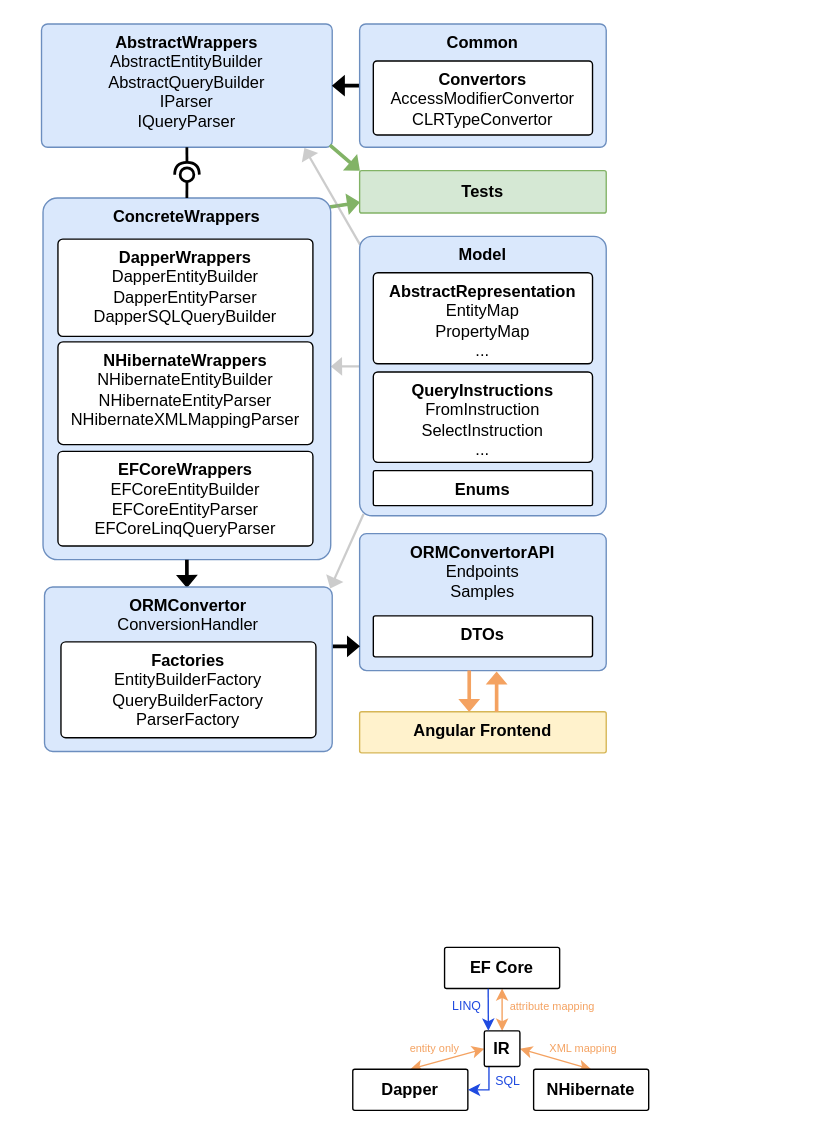
This is page "architecture" (7 of 8) of diagrams/thesis_diagrams.drawio from milan252525/orm-convertor, a draw.io file, before an edit. Source tidied: cells renumbered, new cells numbered last; positions are measured from the earlier drawing's top-left corner, leaving out a move shared by most shapes. Both pictures are drawn from the tidied source at 137%, with x=0, y=0 at pixel (23, 23).
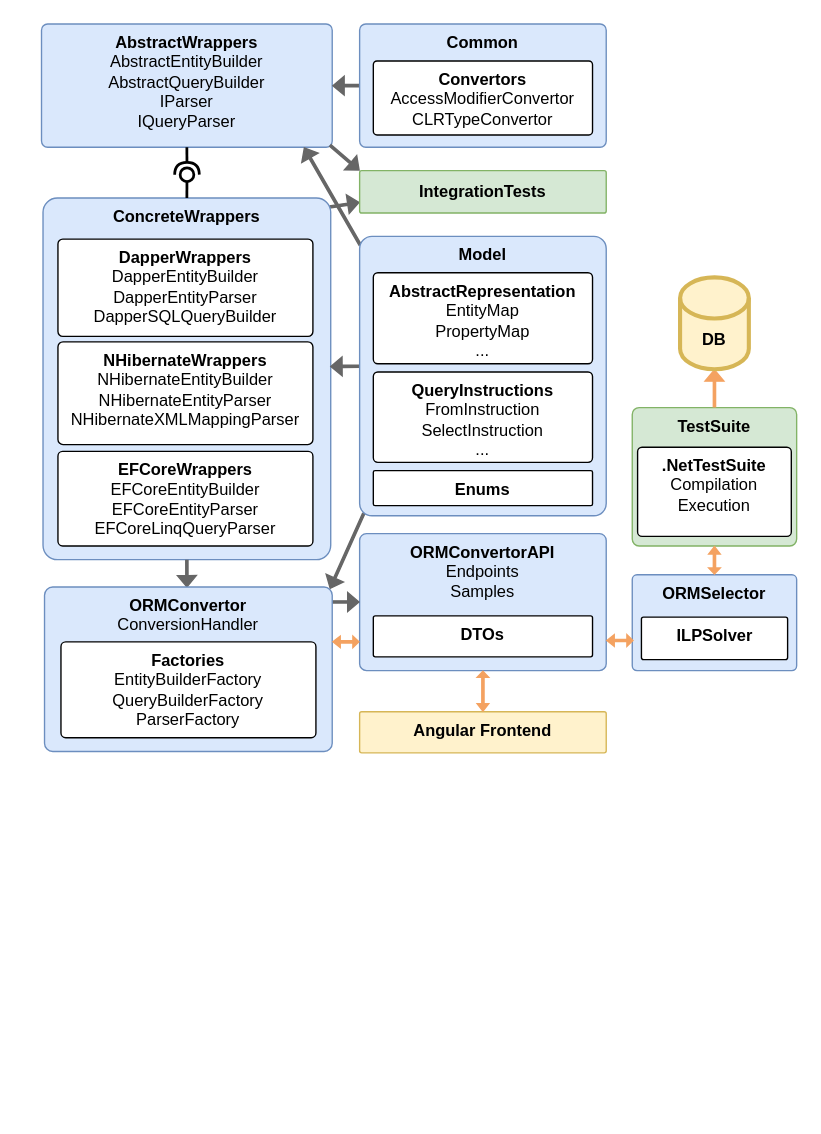
The same page after the edit.

Commit message (it also covers changes not shown here):
Architecture and advisor diagrams

The change refers to these unchanged cells:
```xml
<mxCell id="3" value="&lt;b&gt;Abs&lt;/b&gt;&lt;b style=&quot;background-color: transparent; color: light-dark(rgb(0, 0, 0), rgb(255, 255, 255));&quot;&gt;tractWrappers&lt;/b&gt;&lt;div&gt;&lt;span style=&quot;background-color: transparent; color: light-dark(rgb(0, 0, 0), rgb(255, 255, 255));&quot;&gt;AbstractEntityBuilder&lt;/span&gt;&lt;/div&gt;&lt;div&gt;&lt;span style=&quot;background-color: transparent; color: light-dark(rgb(0, 0, 0), rgb(255, 255, 255));&quot;&gt;AbstractQueryBuilder&lt;/span&gt;&lt;/div&gt;&lt;div&gt;&lt;span style=&quot;background-color: transparent; color: light-dark(rgb(0, 0, 0), rgb(255, 255, 255));&quot;&gt;IParser&lt;/span&gt;&lt;/div&gt;&lt;div&gt;IQueryParser&lt;/div&gt;" style="rounded=1;whiteSpace=wrap;html=1;fillColor=#dae8fc;strokeColor=#6c8ebf;arcSize=5;verticalAlign=top;" parent="1" vertex="1">
  <mxGeometry x="12.8" width="212.2" height="90" as="geometry" />
</mxCell>
<mxCell id="4" value="&lt;b style=&quot;background-color: transparent; color: light-dark(rgb(0, 0, 0), rgb(255, 255, 255));&quot;&gt;ConcreteWrappers&lt;/b&gt;" style="rounded=1;whiteSpace=wrap;html=1;fillColor=#dae8fc;strokeColor=#6c8ebf;arcSize=5;verticalAlign=top;" parent="1" vertex="1">
  <mxGeometry x="13.9" y="127" width="210" height="264" as="geometry" />
</mxCell>
<mxCell id="11" value="&lt;b style=&quot;background-color: transparent; color: light-dark(rgb(0, 0, 0), rgb(255, 255, 255));&quot;&gt;ORMConvertorAPI&lt;/b&gt;&lt;div&gt;&lt;span style=&quot;background-color: transparent; color: light-dark(rgb(0, 0, 0), rgb(255, 255, 255));&quot;&gt;Endpoints&lt;/span&gt;&lt;/div&gt;&lt;div&gt;Samples&lt;/div&gt;" style="rounded=1;whiteSpace=wrap;html=1;fillColor=#dae8fc;strokeColor=#6c8ebf;arcSize=5;verticalAlign=top;" parent="1" vertex="1">
  <mxGeometry x="245" y="372" width="180" height="100" as="geometry" />
</mxCell>
<mxCell id="12" value="&lt;b&gt;Angular Frontend&lt;/b&gt;" style="rounded=1;whiteSpace=wrap;html=1;fillColor=#fff2cc;strokeColor=#d6b656;arcSize=5;verticalAlign=top;" parent="1" vertex="1">
  <mxGeometry x="245" y="502" width="180" height="30" as="geometry" />
</mxCell>
<mxCell id="23" value="&lt;b&gt;Model&lt;/b&gt;" style="rounded=1;whiteSpace=wrap;html=1;fillColor=#dae8fc;strokeColor=#6c8ebf;arcSize=5;verticalAlign=top;" parent="22" vertex="1">
  <mxGeometry width="180" height="204" as="geometry" />
</mxCell>
<mxCell id="28" value="&lt;b style=&quot;background-color: transparent; color: light-dark(rgb(0, 0, 0), rgb(255, 255, 255));&quot;&gt;ORMConvertor&lt;/b&gt;&lt;div&gt;&lt;span style=&quot;background-color: transparent; color: light-dark(rgb(0, 0, 0), rgb(255, 255, 255));&quot;&gt;ConversionHandler&lt;/span&gt;&lt;/div&gt;" style="rounded=1;whiteSpace=wrap;html=1;fillColor=#dae8fc;strokeColor=#6c8ebf;arcSize=5;verticalAlign=top;" parent="27" vertex="1">
  <mxGeometry width="210" height="120" as="geometry" />
</mxCell>
<mxCell id="30" value="&lt;b&gt;Common&lt;/b&gt;" style="rounded=1;whiteSpace=wrap;html=1;fillColor=#dae8fc;strokeColor=#6c8ebf;arcSize=5;verticalAlign=top;" parent="1" vertex="1">
  <mxGeometry x="245" width="180" height="90" as="geometry" />
</mxCell>
```

What changed in the source:
```diff
@@
-    <mxCell id="2" style="endArrow=classic;html=1;rounded=0;shape=flexArrow;fillColor=#82B366;strokeWidth=1;endWidth=11.111111111111112;endSize=2.4066666666666667;width=1.6666666666666667;exitX=0.996;exitY=0.025;exitDx=0;exitDy=0;exitPerimeter=0;align=center;verticalAlign=middle;fontFamily=Helvetica;fontSize=11;fontColor=default;labelBackgroundColor=default;strokeColor=#82B366;entryX=0;entryY=0.75;entryDx=0;entryDy=0;" parent="1" edge="1" source="4" target="32">
+    <mxCell id="2" style="endArrow=classic;html=1;rounded=0;shape=flexArrow;fillColor=#666666;strokeWidth=1;endWidth=11.111111111111112;endSize=2.4066666666666667;width=1.6666666666666667;exitX=0.996;exitY=0.025;exitDx=0;exitDy=0;exitPerimeter=0;align=center;verticalAlign=middle;fontFamily=Helvetica;fontSize=11;fontColor=default;labelBackgroundColor=default;strokeColor=#666666;entryX=0;entryY=0.75;entryDx=0;entryDy=0;" parent="1" edge="1" source="4" target="32">
       <mxGeometry relative="1" as="geometry" />
     </mxCell>
@@
-    <mxCell id="13" style="endArrow=classic;html=1;rounded=0;shape=flexArrow;fillColor=#000000;strokeWidth=1;endWidth=11.111111111111112;endSize=2.4066666666666667;width=1.6666666666666667;exitX=0.5;exitY=1;exitDx=0;exitDy=0;entryX=0.495;entryY=0.003;entryDx=0;entryDy=0;entryPerimeter=0;" parent="1" edge="1" source="4" target="28">
+    <mxCell id="13" style="endArrow=classic;html=1;rounded=0;shape=flexArrow;fillColor=#666666;strokeWidth=1;endWidth=11.111111111111112;endSize=2.4066666666666667;width=1.6666666666666667;exitX=0.5;exitY=1;exitDx=0;exitDy=0;entryX=0.495;entryY=0.003;entryDx=0;entryDy=0;entryPerimeter=0;strokeColor=#666666;" parent="1" edge="1" source="4" target="28">
       <mxGeometry relative="1" as="geometry" />
     </mxCell>
-    <mxCell id="14" style="endArrow=classic;html=1;rounded=0;shape=flexArrow;fillColor=#000000;strokeWidth=1;endWidth=11.111111111111112;endSize=2.4066666666666667;width=1.6666666666666667;exitX=1;exitY=0.361;exitDx=0;exitDy=0;exitPerimeter=0;entryX=0;entryY=0.823;entryDx=0;entryDy=0;entryPerimeter=0;" parent="1" edge="1" source="28" target="11">
-      <mxGeometry relative="1" as="geometry" />
+    <mxCell id="14" style="endArrow=classic;html=1;rounded=0;shape=flexArrow;fillColor=#666666;strokeWidth=1;endWidth=11.111111111111112;endSize=2.4066666666666667;width=1.6666666666666667;exitX=1;exitY=0.361;exitDx=0;exitDy=0;exitPerimeter=0;entryX=0;entryY=0.823;entryDx=0;entryDy=0;entryPerimeter=0;strokeColor=#666666;" parent="1" edge="1">
+      <mxGeometry relative="1" as="geometry">
+        <mxPoint x="225" y="421.9" as="sourcePoint" />
+        <mxPoint x="245" y="421.9" as="targetPoint" />
+      </mxGeometry>
     </mxCell>
-    <mxCell id="15" style="endArrow=classic;html=1;rounded=0;shape=flexArrow;fillColor=#F4A261;strokeWidth=1;endWidth=11.111111111111112;endSize=2.4066666666666667;width=1.6666666666666667;exitX=0.5;exitY=1;exitDx=0;exitDy=0;entryX=0.5;entryY=0;entryDx=0;entryDy=0;strokeColor=#F4A261;" parent="1" edge="1">
-      <mxGeometry relative="1" as="geometry">
-        <mxPoint x="325" y="472" as="sourcePoint" />
-        <mxPoint x="325" y="502" as="targetPoint" />
-      </mxGeometry>
-    </mxCell>
-    <mxCell id="16" style="endArrow=classic;html=1;rounded=0;shape=flexArrow;fillColor=#000000;strokeWidth=1;endWidth=11.111111111111112;endSize=2.4066666666666667;width=1.6666666666666667;exitX=0;exitY=0.5;exitDx=0;exitDy=0;entryX=1;entryY=0.5;entryDx=0;entryDy=0;" parent="1" edge="1" source="30" target="3">
+    <mxCell id="16" style="endArrow=classic;html=1;rounded=0;shape=flexArrow;fillColor=#666666;strokeWidth=1;endWidth=11.111111111111112;endSize=2.4066666666666667;width=1.6666666666666667;exitX=0;exitY=0.5;exitDx=0;exitDy=0;entryX=1;entryY=0.5;entryDx=0;entryDy=0;strokeColor=#666666;align=center;verticalAlign=middle;fontFamily=Helvetica;fontSize=11;fontColor=default;labelBackgroundColor=default;" parent="1" edge="1" source="30" target="3">
       <mxGeometry relative="1" as="geometry" />
     </mxCell>
-    <mxCell id="17" style="endArrow=classic;html=1;rounded=0;shape=flexArrow;fillColor=#999999;strokeWidth=1;endWidth=11.111111111111112;endSize=2.4066666666666667;width=1.6666666666666667;exitX=0.004;exitY=0.465;exitDx=0;exitDy=0;exitPerimeter=0;opacity=50;align=center;verticalAlign=middle;fontFamily=Helvetica;fontSize=11;fontColor=default;labelBackgroundColor=default;strokeColor=none;entryX=0.998;entryY=0.466;entryDx=0;entryDy=0;entryPerimeter=0;" parent="1" edge="1" source="23" target="4">
+    <mxCell id="17" style="endArrow=classic;html=1;rounded=0;shape=flexArrow;fillColor=#666666;strokeWidth=1;endWidth=11.111111111111112;endSize=2.4066666666666667;width=1.6666666666666667;exitX=0.004;exitY=0.465;exitDx=0;exitDy=0;exitPerimeter=0;align=center;verticalAlign=middle;fontFamily=Helvetica;fontSize=11;fontColor=default;labelBackgroundColor=default;strokeColor=#666666;entryX=0.998;entryY=0.466;entryDx=0;entryDy=0;entryPerimeter=0;" parent="1" edge="1" source="23" target="4">
       <mxGeometry relative="1" as="geometry" />
     </mxCell>
-    <mxCell id="18" style="endArrow=classic;html=1;rounded=0;shape=flexArrow;fillColor=#999999;strokeWidth=1;endWidth=11.111111111111112;endSize=2.4066666666666667;width=1.6666666666666667;exitX=0.003;exitY=0.032;exitDx=0;exitDy=0;entryX=0.903;entryY=1.001;entryDx=0;entryDy=0;entryPerimeter=0;exitPerimeter=0;opacity=50;align=center;verticalAlign=middle;fontFamily=Helvetica;fontSize=11;fontColor=default;labelBackgroundColor=default;strokeColor=none;" parent="1" edge="1" source="23" target="3">
+    <mxCell id="18" style="endArrow=classic;html=1;rounded=0;shape=flexArrow;fillColor=#666666;strokeWidth=1;endWidth=11.111111111111112;endSize=2.4066666666666667;width=1.6666666666666667;exitX=0.003;exitY=0.032;exitDx=0;exitDy=0;entryX=0.903;entryY=1.001;entryDx=0;entryDy=0;entryPerimeter=0;exitPerimeter=0;align=center;verticalAlign=middle;fontFamily=Helvetica;fontSize=11;fontColor=default;labelBackgroundColor=default;strokeColor=#666666;" parent="1" edge="1" source="23" target="3">
       <mxGeometry relative="1" as="geometry" />
     </mxCell>
-    <mxCell id="19" style="endArrow=classic;html=1;rounded=0;shape=flexArrow;fillColor=#F4A261;strokeWidth=1;endWidth=11.111111111111112;endSize=2.4066666666666667;width=1.6666666666666667;exitX=0.472;exitY=0.003;exitDx=0;exitDy=0;strokeColor=#F4A261;exitPerimeter=0;" parent="1" edge="1">
-      <mxGeometry relative="1" as="geometry">
-        <mxPoint x="345" y="502" as="sourcePoint" />
-        <mxPoint x="345" y="472.9" as="targetPoint" />
-      </mxGeometry>
-    </mxCell>
-    <mxCell id="20" style="endArrow=classic;html=1;rounded=0;shape=flexArrow;fillColor=#999999;strokeWidth=1;endWidth=11.111111111111112;endSize=2.4066666666666667;width=1.6666666666666667;exitX=0.017;exitY=0.991;exitDx=0;exitDy=0;entryX=0.992;entryY=0.012;entryDx=0;entryDy=0;exitPerimeter=0;entryPerimeter=0;strokeColor=none;opacity=50;" parent="1" edge="1" source="23" target="28">
+    <mxCell id="20" style="endArrow=classic;html=1;rounded=0;shape=flexArrow;fillColor=#666666;strokeWidth=1;endWidth=11.111111111111112;endSize=2.4066666666666667;width=1.6666666666666667;exitX=0.017;exitY=0.991;exitDx=0;exitDy=0;entryX=0.992;entryY=0.012;entryDx=0;entryDy=0;exitPerimeter=0;entryPerimeter=0;strokeColor=#666666;align=center;verticalAlign=middle;fontFamily=Helvetica;fontSize=11;fontColor=default;labelBackgroundColor=default;" parent="1" edge="1" source="23" target="28">
       <mxGeometry relative="1" as="geometry" />
     </mxCell>
@@
-    <mxCell id="32" value="&lt;b style=&quot;background-color: transparent; color: light-dark(rgb(0, 0, 0), rgb(255, 255, 255));&quot;&gt;Tests&lt;/b&gt;" style="rounded=1;whiteSpace=wrap;html=1;fillColor=#d5e8d4;strokeColor=#82b366;arcSize=5;verticalAlign=middle;" parent="1" vertex="1">
+    <mxCell id="32" value="&lt;b style=&quot;background-color: transparent; color: light-dark(rgb(0, 0, 0), rgb(255, 255, 255));&quot;&gt;IntegrationTests&lt;/b&gt;" style="rounded=1;whiteSpace=wrap;html=1;fillColor=#d5e8d4;strokeColor=#82b366;arcSize=5;verticalAlign=middle;" parent="1" vertex="1">
       <mxGeometry x="245" y="107" width="180" height="31" as="geometry" />
     </mxCell>
-    <mxCell id="33" style="endArrow=classic;html=1;rounded=0;shape=flexArrow;fillColor=#82B366;strokeWidth=1;endWidth=11.111111111111112;endSize=2.4066666666666667;width=1.6666666666666667;exitX=0.992;exitY=0.982;exitDx=0;exitDy=0;exitPerimeter=0;align=center;verticalAlign=middle;fontFamily=Helvetica;fontSize=11;fontColor=default;labelBackgroundColor=default;strokeColor=#82B366;entryX=0;entryY=0;entryDx=0;entryDy=0;" parent="1" edge="1" source="3" target="32">
+    <mxCell id="33" style="endArrow=classic;html=1;rounded=0;shape=flexArrow;fillColor=#666666;strokeWidth=1;endWidth=11.111111111111112;endSize=2.4066666666666667;width=1.6666666666666667;exitX=0.992;exitY=0.982;exitDx=0;exitDy=0;exitPerimeter=0;align=center;verticalAlign=middle;fontFamily=Helvetica;fontSize=11;fontColor=default;labelBackgroundColor=default;strokeColor=#666666;entryX=0;entryY=0;entryDx=0;entryDy=0;" parent="1" edge="1" source="3" target="32">
       <mxGeometry relative="1" as="geometry" />
     </mxCell>
-    <mxCell id="34" style="rounded=0;jettySize=auto;html=1;entryX=0;entryY=0.5;entryDx=0;entryDy=0;exitX=0.5;exitY=0;exitDx=0;exitDy=0;startArrow=classic;startFill=1;fillColor=#ffe6cc;strokeColor=#F4A261;" parent="1" edge="1" source="35" target="46">
-      <mxGeometry relative="1" as="geometry" />
-    </mxCell>
-    <mxCell id="35" value="&lt;b&gt;Dapper&lt;/b&gt;" style="rounded=1;whiteSpace=wrap;html=1;arcSize=5;verticalAlign=middle;flipH=1;flipV=0;" parent="1" vertex="1">
-      <mxGeometry x="240" y="763" width="84" height="30" as="geometry" />
-    </mxCell>
-    <mxCell id="36" style="edgeStyle=orthogonalEdgeStyle;rounded=0;jettySize=auto;html=1;startArrow=classic;startFill=1;fillColor=#ffe6cc;strokeColor=#F4A261;" parent="1" edge="1" source="37" target="46">
-      <mxGeometry relative="1" as="geometry" />
-    </mxCell>
-    <mxCell id="37" value="&lt;b&gt;EF Core&lt;/b&gt;" style="rounded=1;whiteSpace=wrap;html=1;arcSize=5;verticalAlign=middle;flipH=1;flipV=0;" parent="1" vertex="1">
-      <mxGeometry x="307" y="674" width="84" height="30" as="geometry" />
-    </mxCell>
-    <mxCell id="38" style="rounded=0;jettySize=auto;html=1;exitX=0.5;exitY=0;exitDx=0;exitDy=0;entryX=1;entryY=0.5;entryDx=0;entryDy=0;startArrow=classic;startFill=1;fillColor=#ffe6cc;strokeColor=#F4A261;" parent="1" edge="1" source="39" target="46">
-      <mxGeometry relative="1" as="geometry" />
-    </mxCell>
-    <mxCell id="39" value="&lt;b&gt;NHibernate&lt;/b&gt;" style="rounded=1;whiteSpace=wrap;html=1;arcSize=5;verticalAlign=middle;flipH=1;" parent="1" vertex="1">
-      <mxGeometry x="372" y="763" width="84" height="30" as="geometry" />
-    </mxCell>
-    <mxCell id="40" style="edgeStyle=orthogonalEdgeStyle;rounded=0;jettySize=auto;html=1;entryX=1;entryY=0.5;entryDx=0;entryDy=0;exitX=0.131;exitY=1.008;exitDx=0;exitDy=0;fillColor=#dae8fc;strokeColor=#1F4AE0;exitPerimeter=0;" parent="1" edge="1" source="46" target="35">
-      <mxGeometry relative="1" as="geometry">
-        <Array as="points">
-          <mxPoint x="339" y="778" />
-        </Array>
-      </mxGeometry>
-    </mxCell>
-    <mxCell id="41" value="SQL" style="edgeLabel;html=1;align=center;verticalAlign=middle;fontColor=#1F4AE0;labelBackgroundColor=none;fontSize=9;" parent="40" vertex="1">
-      <mxGeometry x="-0.19" y="1" relative="1" as="geometry">
-        <mxPoint x="12" y="-3" as="offset" />
-      </mxGeometry>
-    </mxCell>
-    <mxCell id="42" value="LINQ" style="edgeLabel;html=1;align=center;verticalAlign=middle;fontColor=#1F4AE0;labelBackgroundColor=none;fontSize=9;" parent="40" vertex="1">
-      <mxGeometry x="-0.19" y="1" relative="1" as="geometry">
-        <mxPoint x="-18" y="-58" as="offset" />
-      </mxGeometry>
-    </mxCell>
-    <mxCell id="43" value="&lt;div style=&quot;line-height: 90%;&quot;&gt;&lt;font style=&quot;font-size: 8px;&quot;&gt;attribute mapping&lt;/font&gt;&lt;/div&gt;" style="edgeLabel;html=1;align=left;verticalAlign=middle;fontColor=#F4A261;labelBackgroundColor=none;fontSize=9;" parent="40" vertex="1">
-      <mxGeometry x="-0.19" y="1" relative="1" as="geometry">
-        <mxPoint x="13" y="-58" as="offset" />
-      </mxGeometry>
-    </mxCell>
-    <mxCell id="44" value="&lt;div style=&quot;line-height: 90%;&quot;&gt;&lt;font style=&quot;font-size: 8px;&quot;&gt;XML mapping&lt;/font&gt;&lt;/div&gt;" style="edgeLabel;html=1;align=left;verticalAlign=middle;fontColor=#F4A261;labelBackgroundColor=none;fontSize=9;" parent="40" vertex="1">
-      <mxGeometry x="-0.19" y="1" relative="1" as="geometry">
-        <mxPoint x="42" y="-27" as="offset" />
-      </mxGeometry>
-    </mxCell>
-    <mxCell id="45" value="&lt;div style=&quot;line-height: 90%;&quot;&gt;&lt;font style=&quot;font-size: 8px;&quot;&gt;entity only&lt;/font&gt;&lt;/div&gt;" style="edgeLabel;html=1;align=left;verticalAlign=middle;fontColor=#F4A261;labelBackgroundColor=none;fontSize=9;" parent="40" vertex="1">
-      <mxGeometry x="-0.19" y="1" relative="1" as="geometry">
-        <mxPoint x="-60" y="-27" as="offset" />
-      </mxGeometry>
-    </mxCell>
-    <mxCell id="46" value="&lt;b&gt;IR&lt;/b&gt;" style="rounded=1;whiteSpace=wrap;html=1;arcSize=5;verticalAlign=middle;flipV=0;" parent="1" vertex="1">
-      <mxGeometry x="336" y="735" width="26" height="26" as="geometry" />
-    </mxCell>
-    <mxCell id="47" style="edgeStyle=orthogonalEdgeStyle;rounded=0;jettySize=auto;html=1;entryX=0.114;entryY=-0.005;entryDx=0;entryDy=0;entryPerimeter=0;exitX=0.621;exitY=1.007;exitDx=0;exitDy=0;exitPerimeter=0;fillColor=#dae8fc;strokeColor=#1F4AE0;" parent="1" edge="1" source="37" target="46">
-      <mxGeometry relative="1" as="geometry" />
-    </mxCell>
+    <mxCell id="48" style="group;" parent="1" vertex="1">
+      <mxGeometry x="444" y="402" width="120" height="70" as="geometry" />
+    </mxCell>
+    <mxCell id="49" value="&lt;b style=&quot;background-color: transparent; color: light-dark(rgb(0, 0, 0), rgb(255, 255, 255));&quot;&gt;ORMSelector&lt;/b&gt;" style="rounded=1;whiteSpace=wrap;html=1;fillColor=#dae8fc;strokeColor=#6c8ebf;arcSize=5;verticalAlign=top;" parent="48" vertex="1">
+      <mxGeometry width="120" height="70" as="geometry" />
+    </mxCell>
+    <mxCell id="50" value="&lt;b&gt;ILPSolver&lt;/b&gt;&lt;div&gt;&lt;br&gt;&lt;/div&gt;" style="rounded=1;whiteSpace=wrap;html=1;align=center;verticalAlign=top;arcSize=5;" parent="48" vertex="1">
+      <mxGeometry x="6.7" y="31" width="106.7" height="31" as="geometry" />
+    </mxCell>
+    <mxCell id="51" style="group;" parent="1" vertex="1">
+      <mxGeometry x="444" y="280" width="120" height="101" as="geometry" />
+    </mxCell>
+    <mxCell id="52" value="&lt;b style=&quot;background-color: transparent; color: light-dark(rgb(0, 0, 0), rgb(255, 255, 255));&quot;&gt;TestSuite&lt;/b&gt;&lt;div&gt;&lt;br&gt;&lt;/div&gt;" style="rounded=1;whiteSpace=wrap;html=1;fillColor=#d5e8d4;strokeColor=#82b366;arcSize=5;verticalAlign=top;" parent="51" vertex="1">
+      <mxGeometry width="120" height="101" as="geometry" />
+    </mxCell>
+    <mxCell id="53" value="&lt;b&gt;.NetTestSuite&lt;br&gt;&lt;/b&gt;&lt;div&gt;Compilation&lt;br&gt;Execution&lt;/div&gt;" style="rounded=1;whiteSpace=wrap;html=1;align=center;verticalAlign=top;arcSize=5;" parent="51" vertex="1">
+      <mxGeometry x="3.9" y="29" width="112.2" height="65" as="geometry" />
+    </mxCell>
+    <mxCell id="54" style="endArrow=classic;html=1;rounded=0;shape=flexArrow;fillColor=#F4A261;strokeWidth=1;endWidth=5.7936507936507935;endSize=1.135275080906149;width=1.6666666666666667;exitX=1;exitY=0.3;exitDx=0;exitDy=0;strokeColor=#F4A261;exitPerimeter=0;entryX=0;entryY=0.75;entryDx=0;entryDy=0;startArrow=block;startWidth=5.7936507936507935;startSize=1.45;" parent="1" edge="1">
+      <mxGeometry relative="1" as="geometry">
+        <mxPoint x="225" y="451" as="sourcePoint" />
+        <mxPoint x="245" y="451" as="targetPoint" />
+      </mxGeometry>
+    </mxCell>
+    <mxCell id="55" style="endArrow=classic;html=1;rounded=0;shape=flexArrow;fillColor=#F4A261;strokeWidth=1;endWidth=11.111111111111112;endSize=2.4066666666666667;width=1.6666666666666667;exitX=0.5;exitY=0;exitDx=0;exitDy=0;strokeColor=#F4A261;entryX=0.5;entryY=1;entryDx=0;entryDy=0;entryPerimeter=0;" parent="1" edge="1" source="52" target="59">
+      <mxGeometry relative="1" as="geometry" />
+    </mxCell>
+    <mxCell id="56" style="endArrow=classic;html=1;rounded=0;shape=flexArrow;fillColor=#F4A261;strokeWidth=1;endWidth=5.7936507936507935;endSize=1.135275080906149;width=1.6666666666666667;exitX=0.5;exitY=0;exitDx=0;exitDy=0;strokeColor=#F4A261;entryX=0.5;entryY=1;entryDx=0;entryDy=0;startArrow=block;startWidth=5.7936507936507935;startSize=1.45;" parent="1" edge="1" source="12" target="11">
+      <mxGeometry relative="1" as="geometry" />
+    </mxCell>
+    <mxCell id="57" style="endArrow=classic;html=1;rounded=0;shape=flexArrow;fillColor=#F4A261;strokeWidth=1;endWidth=5.7936507936507935;endSize=1.135275080906149;width=1.6666666666666667;exitX=1;exitY=0.3;exitDx=0;exitDy=0;strokeColor=#F4A261;exitPerimeter=0;entryX=0;entryY=0.75;entryDx=0;entryDy=0;startArrow=block;startWidth=5.7936507936507935;startSize=1.45;" parent="1" edge="1">
+      <mxGeometry relative="1" as="geometry">
+        <mxPoint x="425" y="450" as="sourcePoint" />
+        <mxPoint x="445" y="450" as="targetPoint" />
+      </mxGeometry>
+    </mxCell>
+    <mxCell id="58" style="endArrow=classic;html=1;rounded=0;shape=flexArrow;fillColor=#F4A261;strokeWidth=1;endWidth=5.7936507936507935;endSize=1.135275080906149;width=1.6666666666666667;exitX=0.5;exitY=1;exitDx=0;exitDy=0;strokeColor=#F4A261;entryX=0.5;entryY=0;entryDx=0;entryDy=0;startArrow=block;startWidth=5.7936507936507935;startSize=1.45;" parent="1" edge="1" source="52" target="49">
+      <mxGeometry relative="1" as="geometry" />
+    </mxCell>
+    <mxCell id="59" value="&lt;b&gt;DB&lt;/b&gt;" style="shape=cylinder3;whiteSpace=wrap;html=1;boundedLbl=1;backgroundOutline=1;size=15;strokeWidth=3;strokeColor=#d6b656;fillColor=#fff2cc;" parent="1" vertex="1">
+      <mxGeometry x="478.9" y="185" width="50.2" height="67" as="geometry" />
+    </mxCell>
```
